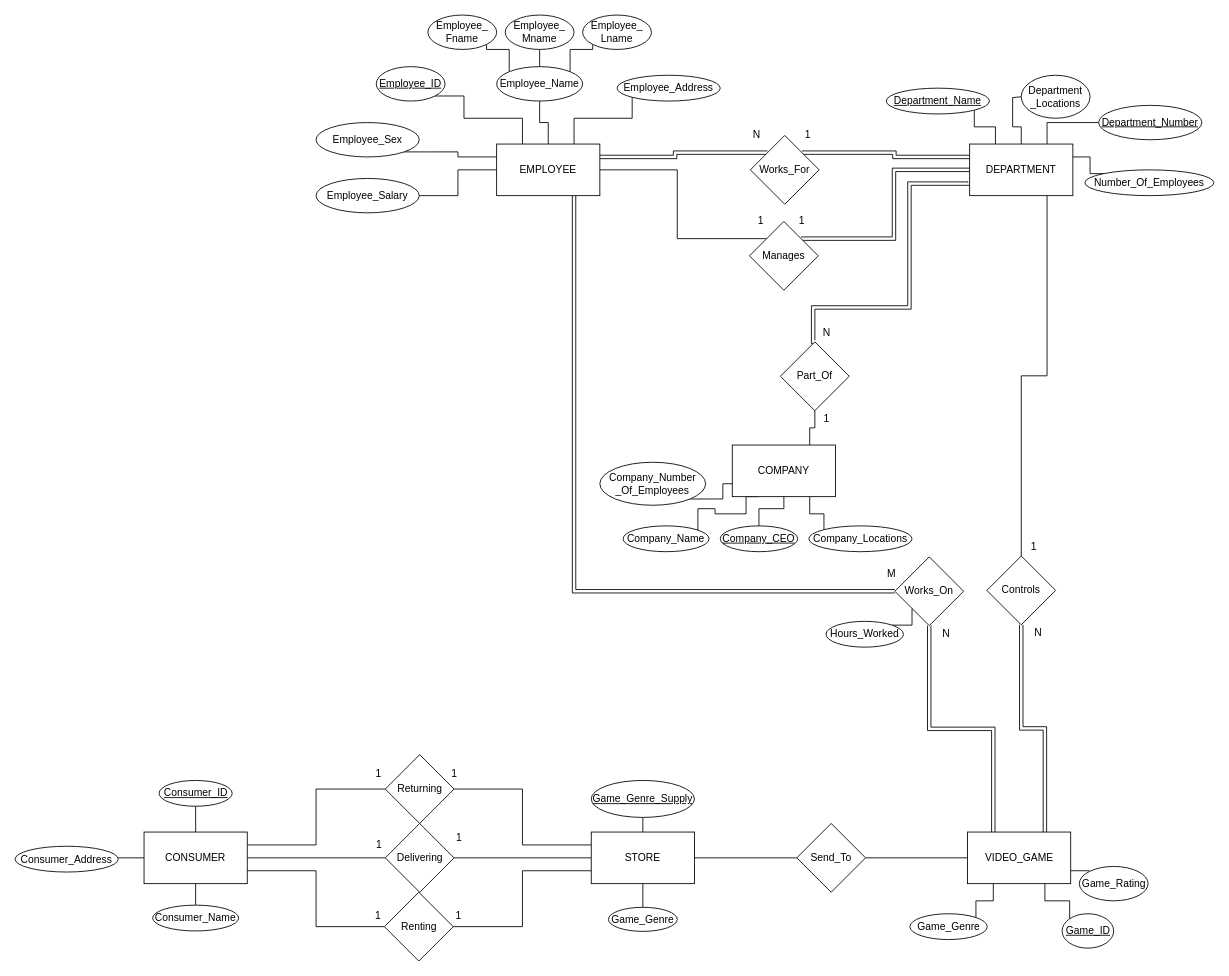
Before: page "ER_Diagram" (1 of 5) of Computer_Science_CS/4700_Database_Management/Database Management Project Enitity Relationship Diagram.drawio in CameronWFox/College_Courses, a draw.io diagram. Source tidied: cells renumbered, new cells numbered last; positions are measured from the earlier drawing's top-left corner, leaving out a move shared by most shapes. Both pictures are drawn from the tidied source at 86%, with x=0, y=0 at pixel (15, 15).
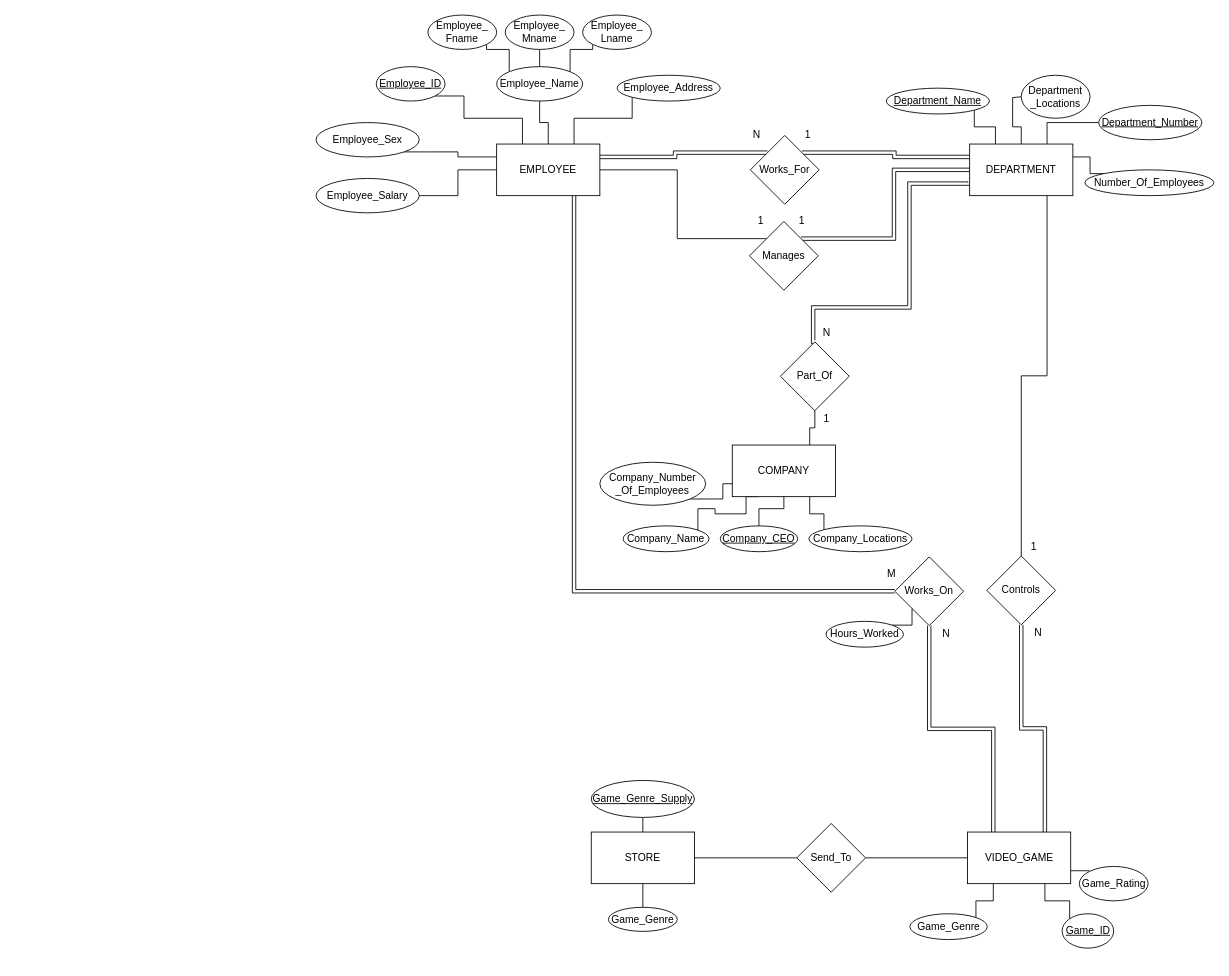
Above is the later version.

The change refers to these unchanged cells:
```xml
<mxCell id="95" value="STORE" style="rounded=0;whiteSpace=wrap;html=1;" parent="1" vertex="1">
  <mxGeometry x="670" y="950" width="120" height="60" as="geometry" />
</mxCell>
```

Change to the diagram source:
```diff
@@
-    <mxCell id="16" style="edgeStyle=orthogonalEdgeStyle;rounded=0;jettySize=auto;html=1;exitX=1;exitY=0.25;exitDx=0;exitDy=0;entryX=0;entryY=0.5;entryDx=0;entryDy=0;endArrow=none;endFill=0;" parent="1" edge="1" source="22" target="63">
-      <mxGeometry relative="1" as="geometry">
-        <Array as="points">
-          <mxPoint x="350" y="965" />
-          <mxPoint x="350" y="900" />
-        </Array>
-      </mxGeometry>
-    </mxCell>
-    <mxCell id="17" style="edgeStyle=orthogonalEdgeStyle;rounded=0;jettySize=auto;html=1;exitX=1;exitY=0.75;exitDx=0;exitDy=0;entryX=0;entryY=0.5;entryDx=0;entryDy=0;endArrow=none;endFill=0;" parent="1" edge="1" source="22" target="61">
-      <mxGeometry relative="1" as="geometry">
-        <Array as="points">
-          <mxPoint x="350" y="995" />
-          <mxPoint x="350" y="1060" />
-        </Array>
-      </mxGeometry>
-    </mxCell>
-    <mxCell id="18" style="edgeStyle=orthogonalEdgeStyle;rounded=0;jettySize=auto;html=1;exitX=1;exitY=0.5;exitDx=0;exitDy=0;entryX=0;entryY=0.5;entryDx=0;entryDy=0;endArrow=none;endFill=0;" parent="1" edge="1" source="22" target="83">
-      <mxGeometry relative="1" as="geometry" />
-    </mxCell>
-    <mxCell id="19" style="edgeStyle=orthogonalEdgeStyle;rounded=0;jettySize=auto;html=1;exitX=0.5;exitY=0;exitDx=0;exitDy=0;entryX=0.5;entryY=1;entryDx=0;entryDy=0;endArrow=none;endFill=0;" parent="1" edge="1" source="22" target="86">
-      <mxGeometry relative="1" as="geometry" />
-    </mxCell>
-    <mxCell id="20" style="edgeStyle=orthogonalEdgeStyle;rounded=0;jettySize=auto;html=1;exitX=0;exitY=0.5;exitDx=0;exitDy=0;entryX=1;entryY=0.5;entryDx=0;entryDy=0;endArrow=none;endFill=0;" parent="1" edge="1" source="22">
-      <mxGeometry relative="1" as="geometry">
-        <mxPoint x="120" y="980" as="targetPoint" />
-      </mxGeometry>
-    </mxCell>
-    <mxCell id="21" style="edgeStyle=orthogonalEdgeStyle;rounded=0;jettySize=auto;html=1;exitX=0.5;exitY=1;exitDx=0;exitDy=0;entryX=0.5;entryY=0;entryDx=0;entryDy=0;endArrow=none;endFill=0;" parent="1" edge="1" source="22" target="87">
-      <mxGeometry relative="1" as="geometry" />
-    </mxCell>
-    <mxCell id="22" value="CONSUMER" style="rounded=0;whiteSpace=wrap;html=1;" parent="1" vertex="1">
-      <mxGeometry x="150" y="950" width="120" height="60" as="geometry" />
-    </mxCell>
@@
-    <mxCell id="60" style="edgeStyle=orthogonalEdgeStyle;rounded=0;jettySize=auto;html=1;exitX=1;exitY=0.5;exitDx=0;exitDy=0;entryX=0;entryY=0.75;entryDx=0;entryDy=0;endArrow=none;endFill=0;" parent="1" edge="1" source="61" target="95">
-      <mxGeometry relative="1" as="geometry">
-        <Array as="points">
-          <mxPoint x="590" y="1060" />
-          <mxPoint x="590" y="995" />
-        </Array>
-      </mxGeometry>
-    </mxCell>
-    <mxCell id="61" value="Renting" style="rhombus;whiteSpace=wrap;html=1;" parent="1" vertex="1">
-      <mxGeometry x="429.5" y="1020" width="80" height="80" as="geometry" />
-    </mxCell>
-    <mxCell id="62" style="edgeStyle=orthogonalEdgeStyle;rounded=0;jettySize=auto;html=1;exitX=1;exitY=0.5;exitDx=0;exitDy=0;entryX=0;entryY=0.25;entryDx=0;entryDy=0;endArrow=none;endFill=0;" parent="1" edge="1" source="63" target="95">
-      <mxGeometry relative="1" as="geometry">
-        <Array as="points">
-          <mxPoint x="590" y="900" />
-          <mxPoint x="590" y="965" />
-        </Array>
-      </mxGeometry>
-    </mxCell>
-    <mxCell id="63" value="Returning" style="rhombus;whiteSpace=wrap;html=1;" parent="1" vertex="1">
-      <mxGeometry x="430.5" y="860" width="80" height="80" as="geometry" />
-    </mxCell>
@@
-    <mxCell id="78" value="1" style="text;html=1;strokeColor=none;fillColor=none;align=center;verticalAlign=middle;whiteSpace=wrap;rounded=0;" parent="1" vertex="1">
-      <mxGeometry x="504.5" y="872.5" width="12" height="20" as="geometry" />
-    </mxCell>
-    <mxCell id="79" value="1" style="text;html=1;strokeColor=none;fillColor=none;align=center;verticalAlign=middle;whiteSpace=wrap;rounded=0;" parent="1" vertex="1">
-      <mxGeometry x="507.5" y="1037.5" width="16" height="20" as="geometry" />
-    </mxCell>
-    <mxCell id="80" value="1" style="text;html=1;strokeColor=none;fillColor=none;align=center;verticalAlign=middle;whiteSpace=wrap;rounded=0;" parent="1" vertex="1">
-      <mxGeometry x="414.5" y="1037.5" width="15" height="20" as="geometry" />
-    </mxCell>
-    <mxCell id="81" value="1" style="text;html=1;strokeColor=none;fillColor=none;align=center;verticalAlign=middle;whiteSpace=wrap;rounded=0;" parent="1" vertex="1">
-      <mxGeometry x="417" y="872.5" width="12" height="20" as="geometry" />
-    </mxCell>
-    <mxCell id="82" style="edgeStyle=orthogonalEdgeStyle;rounded=0;jettySize=auto;html=1;exitX=1;exitY=0.5;exitDx=0;exitDy=0;entryX=0;entryY=0.5;entryDx=0;entryDy=0;endArrow=none;endFill=0;" parent="1" edge="1" source="83" target="95">
-      <mxGeometry relative="1" as="geometry" />
-    </mxCell>
-    <mxCell id="83" value="Delivering" style="rhombus;whiteSpace=wrap;html=1;" parent="1" vertex="1">
-      <mxGeometry x="430.5" y="940" width="80" height="80" as="geometry" />
-    </mxCell>
-    <mxCell id="84" value="1" style="text;html=1;strokeColor=none;fillColor=none;align=center;verticalAlign=middle;whiteSpace=wrap;rounded=0;" parent="1" vertex="1">
-      <mxGeometry x="415.5" y="955" width="15" height="20" as="geometry" />
-    </mxCell>
-    <mxCell id="85" value="1" style="text;html=1;strokeColor=none;fillColor=none;align=center;verticalAlign=middle;whiteSpace=wrap;rounded=0;" parent="1" vertex="1">
-      <mxGeometry x="508.5" y="946.5" width="15" height="20" as="geometry" />
-    </mxCell>
-    <mxCell id="86" value="Consumer_ID" style="ellipse;whiteSpace=wrap;html=1;fontStyle=4;" parent="1" vertex="1">
-      <mxGeometry x="167.5" y="890" width="85" height="30" as="geometry" />
-    </mxCell>
-    <mxCell id="87" value="Consumer_Name" style="ellipse;whiteSpace=wrap;html=1;" parent="1" vertex="1">
-      <mxGeometry x="160" y="1035" width="100" height="30" as="geometry" />
-    </mxCell>
-    <mxCell id="88" value="Consumer_Address" style="ellipse;whiteSpace=wrap;html=1;" parent="1" vertex="1">
-      <mxGeometry y="966.5" width="120" height="30" as="geometry" />
-    </mxCell>
```
